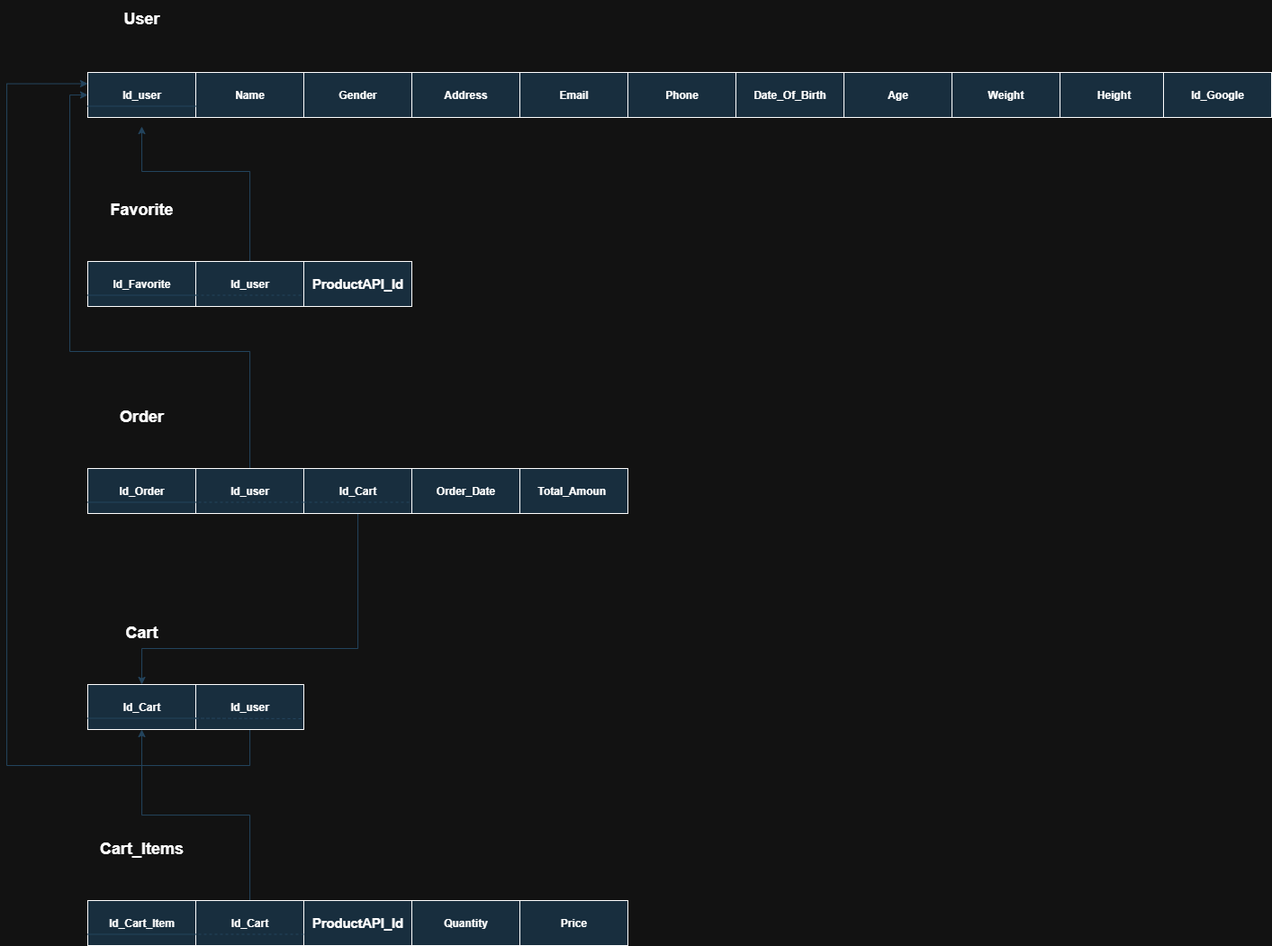
Earlier version of the draw.io export Web Site Project/ERD and Schema/Schema/Schema.drawio.png (Amir-Adel-1/Graduation-Project). Source tidied: cells renumbered, new cells last; positions are measured from the earlier drawing's top-left corner, leaving out a move shared by most shapes. Source of this version:
```xml
<mxGraphModel>
  <root>
    <mxCell id="0" />
    <mxCell id="1" parent="0" />
    <mxCell id="2" value="&lt;b&gt;Id_user&lt;/b&gt;" style="rounded=0;whiteSpace=wrap;html=1;labelBackgroundColor=none;fillColor=#182E3E;strokeColor=#FFFFFF;fontColor=#FFFFFF;" parent="1" vertex="1">
      <mxGeometry x="90" y="80" width="120" height="50" as="geometry" />
    </mxCell>
    <mxCell id="3" value="&lt;b&gt;Weight&lt;/b&gt;" style="rounded=0;whiteSpace=wrap;html=1;labelBackgroundColor=none;fillColor=#182E3E;strokeColor=#FFFFFF;fontColor=#FFFFFF;" parent="1" vertex="1">
      <mxGeometry x="1050" y="80" width="120" height="50" as="geometry" />
    </mxCell>
    <mxCell id="4" value="&lt;b&gt;Phone&lt;/b&gt;" style="rounded=0;whiteSpace=wrap;html=1;labelBackgroundColor=none;fillColor=#182E3E;strokeColor=#FFFFFF;fontColor=#FFFFFF;" parent="1" vertex="1">
      <mxGeometry x="690" y="80" width="120" height="50" as="geometry" />
    </mxCell>
    <mxCell id="5" value="&lt;b&gt;Email&lt;/b&gt;" style="rounded=0;whiteSpace=wrap;html=1;labelBackgroundColor=none;fillColor=#182E3E;strokeColor=#FFFFFF;fontColor=#FFFFFF;" parent="1" vertex="1">
      <mxGeometry x="570" y="80" width="120" height="50" as="geometry" />
    </mxCell>
    <mxCell id="6" value="&lt;b&gt;Address&lt;/b&gt;" style="rounded=0;whiteSpace=wrap;html=1;labelBackgroundColor=none;fillColor=#182E3E;strokeColor=#FFFFFF;fontColor=#FFFFFF;" parent="1" vertex="1">
      <mxGeometry x="450" y="80" width="120" height="50" as="geometry" />
    </mxCell>
    <mxCell id="7" value="&lt;b&gt;Age&lt;/b&gt;" style="rounded=0;whiteSpace=wrap;html=1;labelBackgroundColor=none;fillColor=#182E3E;strokeColor=#FFFFFF;fontColor=#FFFFFF;" parent="1" vertex="1">
      <mxGeometry x="930" y="80" width="120" height="50" as="geometry" />
    </mxCell>
    <mxCell id="8" value="&lt;div&gt;&lt;b&gt;Date_Of_Birth&lt;/b&gt;&lt;/div&gt;" style="rounded=0;whiteSpace=wrap;html=1;labelBackgroundColor=none;fillColor=#182E3E;strokeColor=#FFFFFF;fontColor=#FFFFFF;" parent="1" vertex="1">
      <mxGeometry x="810" y="80" width="120" height="50" as="geometry" />
    </mxCell>
    <mxCell id="9" value="&lt;b&gt;Gender&lt;/b&gt;" style="rounded=0;whiteSpace=wrap;html=1;labelBackgroundColor=none;fillColor=#182E3E;strokeColor=#FFFFFF;fontColor=#FFFFFF;" parent="1" vertex="1">
      <mxGeometry x="330" y="80" width="120" height="50" as="geometry" />
    </mxCell>
    <mxCell id="10" value="&lt;b&gt;Name&lt;/b&gt;" style="rounded=0;whiteSpace=wrap;html=1;labelBackgroundColor=none;fillColor=#182E3E;strokeColor=#FFFFFF;fontColor=#FFFFFF;" parent="1" vertex="1">
      <mxGeometry x="210" y="80" width="120" height="50" as="geometry" />
    </mxCell>
    <mxCell id="11" value="&lt;b&gt;&lt;font style=&quot;font-size: 18px;&quot;&gt;User&lt;/font&gt;&lt;/b&gt;" style="text;html=1;align=center;verticalAlign=middle;whiteSpace=wrap;rounded=0;labelBackgroundColor=none;fontColor=#FFFFFF;" parent="1" vertex="1">
      <mxGeometry x="90" width="120" height="40" as="geometry" />
    </mxCell>
    <mxCell id="12" value="&lt;b&gt;Height&lt;/b&gt;" style="rounded=0;whiteSpace=wrap;html=1;labelBackgroundColor=none;fillColor=#182E3E;strokeColor=#FFFFFF;fontColor=#FFFFFF;" parent="1" vertex="1">
      <mxGeometry x="1170" y="80" width="120" height="50" as="geometry" />
    </mxCell>
    <mxCell id="13" style="endArrow=none;html=1;rounded=0;entryX=0;entryY=0.75;entryDx=0;entryDy=0;exitX=0;exitY=0.75;exitDx=0;exitDy=0;labelBackgroundColor=none;strokeColor=#23445D;fontColor=default;" parent="1" edge="1" source="2" target="10">
      <mxGeometry relative="1" as="geometry" />
    </mxCell>
    <mxCell id="14" value="&lt;b&gt;Id_Google&lt;/b&gt;" style="rounded=0;whiteSpace=wrap;html=1;labelBackgroundColor=none;fillColor=#182E3E;strokeColor=#FFFFFF;fontColor=#FFFFFF;" parent="1" vertex="1">
      <mxGeometry x="1285" y="80" width="120" height="50" as="geometry" />
    </mxCell>
    <mxCell id="15" value="&lt;b&gt;Id_Favorite&lt;/b&gt;" style="rounded=0;whiteSpace=wrap;html=1;labelBackgroundColor=none;fillColor=#182E3E;strokeColor=#FFFFFF;fontColor=#FFFFFF;" parent="1" vertex="1">
      <mxGeometry x="90" y="290" width="120" height="50" as="geometry" />
    </mxCell>
    <mxCell id="16" value="&lt;span style=&quot;font-size:11.0pt;line-height:115%;&lt;br/&gt;font-family:&amp;quot;Cambria&amp;quot;,serif;mso-ascii-theme-font:minor-latin;mso-fareast-font-family:&lt;br/&gt;&amp;quot;MS Mincho&amp;quot;;mso-fareast-theme-font:minor-fareast;mso-hansi-theme-font:minor-latin;&lt;br/&gt;mso-bidi-font-family:Arial;mso-bidi-theme-font:minor-bidi;mso-ansi-language:&lt;br/&gt;EN-US;mso-fareast-language:EN-US;mso-bidi-language:AR-SA&quot;&gt;&lt;b&gt;ProductAPI_Id&lt;/b&gt;&lt;/span&gt;" style="rounded=0;whiteSpace=wrap;html=1;labelBackgroundColor=none;fillColor=#182E3E;strokeColor=#FFFFFF;fontColor=#FFFFFF;" parent="1" vertex="1">
      <mxGeometry x="330" y="290" width="120" height="50" as="geometry" />
    </mxCell>
    <mxCell id="17" style="edgeStyle=orthogonalEdgeStyle;rounded=0;jettySize=auto;html=1;labelBackgroundColor=none;strokeColor=#23445D;fontColor=default;" parent="1" edge="1" source="18">
      <mxGeometry relative="1" as="geometry">
        <mxPoint x="150" y="140" as="targetPoint" />
        <Array as="points">
          <mxPoint x="270" y="190" />
          <mxPoint x="150" y="190" />
        </Array>
      </mxGeometry>
    </mxCell>
    <mxCell id="18" value="&lt;b&gt;Id_user&lt;/b&gt;" style="rounded=0;whiteSpace=wrap;html=1;labelBackgroundColor=none;fillColor=#182E3E;strokeColor=#FFFFFF;fontColor=#FFFFFF;" parent="1" vertex="1">
      <mxGeometry x="210" y="290" width="120" height="50" as="geometry" />
    </mxCell>
    <mxCell id="19" value="&lt;h1&gt;&lt;font style=&quot;font-size: 18px;&quot;&gt;Favorite&lt;/font&gt;&lt;/h1&gt;" style="text;html=1;align=center;verticalAlign=middle;whiteSpace=wrap;rounded=0;labelBackgroundColor=none;fontColor=#FFFFFF;" parent="1" vertex="1">
      <mxGeometry x="90" y="210" width="120" height="40" as="geometry" />
    </mxCell>
    <mxCell id="20" style="endArrow=none;html=1;rounded=0;entryX=0;entryY=0.75;entryDx=0;entryDy=0;exitX=0;exitY=0.75;exitDx=0;exitDy=0;labelBackgroundColor=none;strokeColor=#23445D;fontColor=default;" parent="1" edge="1" source="15" target="18">
      <mxGeometry relative="1" as="geometry" />
    </mxCell>
    <mxCell id="21" value="&lt;b&gt;Id_Order&lt;/b&gt;" style="rounded=0;whiteSpace=wrap;html=1;labelBackgroundColor=none;fillColor=#182E3E;strokeColor=#FFFFFF;fontColor=#FFFFFF;" parent="1" vertex="1">
      <mxGeometry x="90" y="520" width="120" height="50" as="geometry" />
    </mxCell>
    <mxCell id="22" value="&lt;b&gt;Total_Amoun&lt;span style=&quot;white-space: pre;&quot;&gt;&#9;&lt;/span&gt;&lt;/b&gt;" style="rounded=0;whiteSpace=wrap;html=1;labelBackgroundColor=none;fillColor=#182E3E;strokeColor=#FFFFFF;fontColor=#FFFFFF;" parent="1" vertex="1">
      <mxGeometry x="570" y="520" width="120" height="50" as="geometry" />
    </mxCell>
    <mxCell id="23" value="&lt;b&gt;Order_Date&lt;/b&gt;" style="rounded=0;whiteSpace=wrap;html=1;labelBackgroundColor=none;fillColor=#182E3E;strokeColor=#FFFFFF;fontColor=#FFFFFF;" parent="1" vertex="1">
      <mxGeometry x="450" y="520" width="120" height="50" as="geometry" />
    </mxCell>
    <mxCell id="24" style="edgeStyle=orthogonalEdgeStyle;rounded=0;jettySize=auto;html=1;entryX=0.5;entryY=0;entryDx=0;entryDy=0;labelBackgroundColor=none;strokeColor=#23445D;fontColor=default;" parent="1" edge="1" source="25" target="33">
      <mxGeometry relative="1" as="geometry">
        <Array as="points">
          <mxPoint x="390" y="720" />
          <mxPoint x="150" y="720" />
        </Array>
      </mxGeometry>
    </mxCell>
    <mxCell id="25" value="&lt;b&gt;Id_Cart&lt;/b&gt;" style="rounded=0;whiteSpace=wrap;html=1;labelBackgroundColor=none;fillColor=#182E3E;strokeColor=#FFFFFF;fontColor=#FFFFFF;" parent="1" vertex="1">
      <mxGeometry x="330" y="520" width="120" height="50" as="geometry" />
    </mxCell>
    <mxCell id="26" style="edgeStyle=orthogonalEdgeStyle;rounded=0;jettySize=auto;html=1;entryX=0;entryY=0.5;entryDx=0;entryDy=0;labelBackgroundColor=none;strokeColor=#23445D;fontColor=default;" parent="1" edge="1" source="27" target="2">
      <mxGeometry relative="1" as="geometry">
        <Array as="points">
          <mxPoint x="270" y="390" />
          <mxPoint x="70" y="390" />
          <mxPoint x="70" y="105" />
        </Array>
      </mxGeometry>
    </mxCell>
    <mxCell id="27" value="&lt;b&gt;Id_user&lt;/b&gt;" style="rounded=0;whiteSpace=wrap;html=1;labelBackgroundColor=none;fillColor=#182E3E;strokeColor=#FFFFFF;fontColor=#FFFFFF;" parent="1" vertex="1">
      <mxGeometry x="210" y="520" width="120" height="50" as="geometry" />
    </mxCell>
    <mxCell id="28" value="&lt;h1&gt;&lt;font style=&quot;font-size: 18px;&quot;&gt;Order&lt;/font&gt;&lt;/h1&gt;" style="text;html=1;align=center;verticalAlign=middle;whiteSpace=wrap;rounded=0;labelBackgroundColor=none;fontColor=#FFFFFF;" parent="1" vertex="1">
      <mxGeometry x="90" y="440" width="120" height="40" as="geometry" />
    </mxCell>
    <mxCell id="29" style="endArrow=none;html=1;rounded=0;entryX=0;entryY=0.75;entryDx=0;entryDy=0;exitX=0;exitY=0.75;exitDx=0;exitDy=0;labelBackgroundColor=none;strokeColor=#23445D;fontColor=default;" parent="1" edge="1" source="21" target="27">
      <mxGeometry relative="1" as="geometry" />
    </mxCell>
    <mxCell id="30" style="endArrow=none;dashed=1;html=1;rounded=0;entryX=0;entryY=0.75;entryDx=0;entryDy=0;exitX=0;exitY=0.75;exitDx=0;exitDy=0;labelBackgroundColor=none;strokeColor=#23445D;fontColor=default;" parent="1" edge="1" source="18" target="16">
      <mxGeometry relative="1" as="geometry" />
    </mxCell>
    <mxCell id="31" style="endArrow=none;dashed=1;html=1;rounded=0;exitX=0;exitY=0.75;exitDx=0;exitDy=0;entryX=1;entryY=0.75;entryDx=0;entryDy=0;labelBackgroundColor=none;strokeColor=#23445D;fontColor=default;" parent="1" edge="1" source="25" target="21">
      <mxGeometry relative="1" as="geometry" />
    </mxCell>
    <mxCell id="32" style="endArrow=none;dashed=1;html=1;rounded=0;entryX=1;entryY=0.75;entryDx=0;entryDy=0;exitX=0;exitY=0.75;exitDx=0;exitDy=0;labelBackgroundColor=none;strokeColor=#23445D;fontColor=default;" parent="1" edge="1" source="25" target="25">
      <mxGeometry relative="1" as="geometry" />
    </mxCell>
    <mxCell id="33" value="&lt;b&gt;Id_Cart&lt;/b&gt;" style="rounded=0;whiteSpace=wrap;html=1;labelBackgroundColor=none;fillColor=#182E3E;strokeColor=#FFFFFF;fontColor=#FFFFFF;" parent="1" vertex="1">
      <mxGeometry x="90" y="760" width="120" height="50" as="geometry" />
    </mxCell>
    <mxCell id="34" style="edgeStyle=orthogonalEdgeStyle;rounded=0;jettySize=auto;html=1;entryX=0;entryY=0.25;entryDx=0;entryDy=0;labelBackgroundColor=none;strokeColor=#23445D;fontColor=default;" parent="1" edge="1" source="35" target="2">
      <mxGeometry relative="1" as="geometry">
        <Array as="points">
          <mxPoint x="270" y="850" />
          <mxPoint y="850" />
          <mxPoint y="93" />
        </Array>
      </mxGeometry>
    </mxCell>
    <mxCell id="35" value="&lt;b&gt;Id_user&lt;/b&gt;" style="rounded=0;whiteSpace=wrap;html=1;labelBackgroundColor=none;fillColor=#182E3E;strokeColor=#FFFFFF;fontColor=#FFFFFF;" parent="1" vertex="1">
      <mxGeometry x="210" y="760" width="120" height="50" as="geometry" />
    </mxCell>
    <mxCell id="36" value="&lt;h1&gt;&lt;font style=&quot;font-size: 18px;&quot;&gt;Cart&lt;/font&gt;&lt;/h1&gt;" style="text;html=1;align=center;verticalAlign=middle;whiteSpace=wrap;rounded=0;labelBackgroundColor=none;fontColor=#FFFFFF;" parent="1" vertex="1">
      <mxGeometry x="90" y="680" width="120" height="40" as="geometry" />
    </mxCell>
    <mxCell id="37" style="endArrow=none;html=1;rounded=0;entryX=0;entryY=0.75;entryDx=0;entryDy=0;exitX=0;exitY=0.75;exitDx=0;exitDy=0;labelBackgroundColor=none;strokeColor=#23445D;fontColor=default;" parent="1" edge="1" source="33" target="35">
      <mxGeometry relative="1" as="geometry" />
    </mxCell>
    <mxCell id="38" style="endArrow=none;dashed=1;html=1;rounded=0;entryX=0;entryY=0.75;entryDx=0;entryDy=0;exitX=0;exitY=0.75;exitDx=0;exitDy=0;labelBackgroundColor=none;strokeColor=#23445D;fontColor=default;" parent="1" edge="1" source="35">
      <mxGeometry relative="1" as="geometry">
        <mxPoint x="330" y="798" as="targetPoint" />
      </mxGeometry>
    </mxCell>
    <mxCell id="39" value="&lt;b&gt;Id_Cart_Item&lt;/b&gt;" style="rounded=0;whiteSpace=wrap;html=1;labelBackgroundColor=none;fillColor=#182E3E;strokeColor=#FFFFFF;fontColor=#FFFFFF;" parent="1" vertex="1">
      <mxGeometry x="90" y="1000" width="120" height="50" as="geometry" />
    </mxCell>
    <mxCell id="40" value="&lt;b&gt;Price&lt;/b&gt;" style="rounded=0;whiteSpace=wrap;html=1;labelBackgroundColor=none;fillColor=#182E3E;strokeColor=#FFFFFF;fontColor=#FFFFFF;" parent="1" vertex="1">
      <mxGeometry x="570" y="1000" width="120" height="50" as="geometry" />
    </mxCell>
    <mxCell id="41" value="&lt;b&gt;Quantity&lt;/b&gt;" style="rounded=0;whiteSpace=wrap;html=1;labelBackgroundColor=none;fillColor=#182E3E;strokeColor=#FFFFFF;fontColor=#FFFFFF;" parent="1" vertex="1">
      <mxGeometry x="450" y="1000" width="120" height="50" as="geometry" />
    </mxCell>
    <mxCell id="42" value="&lt;b style=&quot;font-size: 14.6667px;&quot;&gt;ProductAPI_Id&lt;/b&gt;" style="rounded=0;whiteSpace=wrap;html=1;labelBackgroundColor=none;fillColor=#182E3E;strokeColor=#FFFFFF;fontColor=#FFFFFF;" parent="1" vertex="1">
      <mxGeometry x="330" y="1000" width="120" height="50" as="geometry" />
    </mxCell>
    <mxCell id="43" style="edgeStyle=orthogonalEdgeStyle;rounded=0;jettySize=auto;html=1;entryX=0.5;entryY=1;entryDx=0;entryDy=0;labelBackgroundColor=none;strokeColor=#23445D;fontColor=default;" parent="1" edge="1" source="44" target="33">
      <mxGeometry relative="1" as="geometry" />
    </mxCell>
    <mxCell id="44" value="&lt;b&gt;Id_Cart&lt;/b&gt;" style="rounded=0;whiteSpace=wrap;html=1;labelBackgroundColor=none;fillColor=#182E3E;strokeColor=#FFFFFF;fontColor=#FFFFFF;" parent="1" vertex="1">
      <mxGeometry x="210" y="1000" width="120" height="50" as="geometry" />
    </mxCell>
    <mxCell id="45" value="&lt;h1&gt;&lt;font style=&quot;font-size: 18px;&quot;&gt;Cart_Items&lt;/font&gt;&lt;/h1&gt;" style="text;html=1;align=center;verticalAlign=middle;whiteSpace=wrap;rounded=0;labelBackgroundColor=none;fontColor=#FFFFFF;" parent="1" vertex="1">
      <mxGeometry x="90" y="920" width="120" height="40" as="geometry" />
    </mxCell>
    <mxCell id="46" style="endArrow=none;html=1;rounded=0;entryX=0;entryY=0.75;entryDx=0;entryDy=0;exitX=0;exitY=0.75;exitDx=0;exitDy=0;labelBackgroundColor=none;strokeColor=#23445D;fontColor=default;" parent="1" edge="1" source="39" target="44">
      <mxGeometry relative="1" as="geometry" />
    </mxCell>
    <mxCell id="47" style="endArrow=none;dashed=1;html=1;rounded=0;exitX=0;exitY=0.75;exitDx=0;exitDy=0;entryX=1;entryY=0.75;entryDx=0;entryDy=0;labelBackgroundColor=none;strokeColor=#23445D;fontColor=default;" parent="1" edge="1" source="42" target="39">
      <mxGeometry relative="1" as="geometry" />
    </mxCell>
  </root>
</mxGraphModel>
```
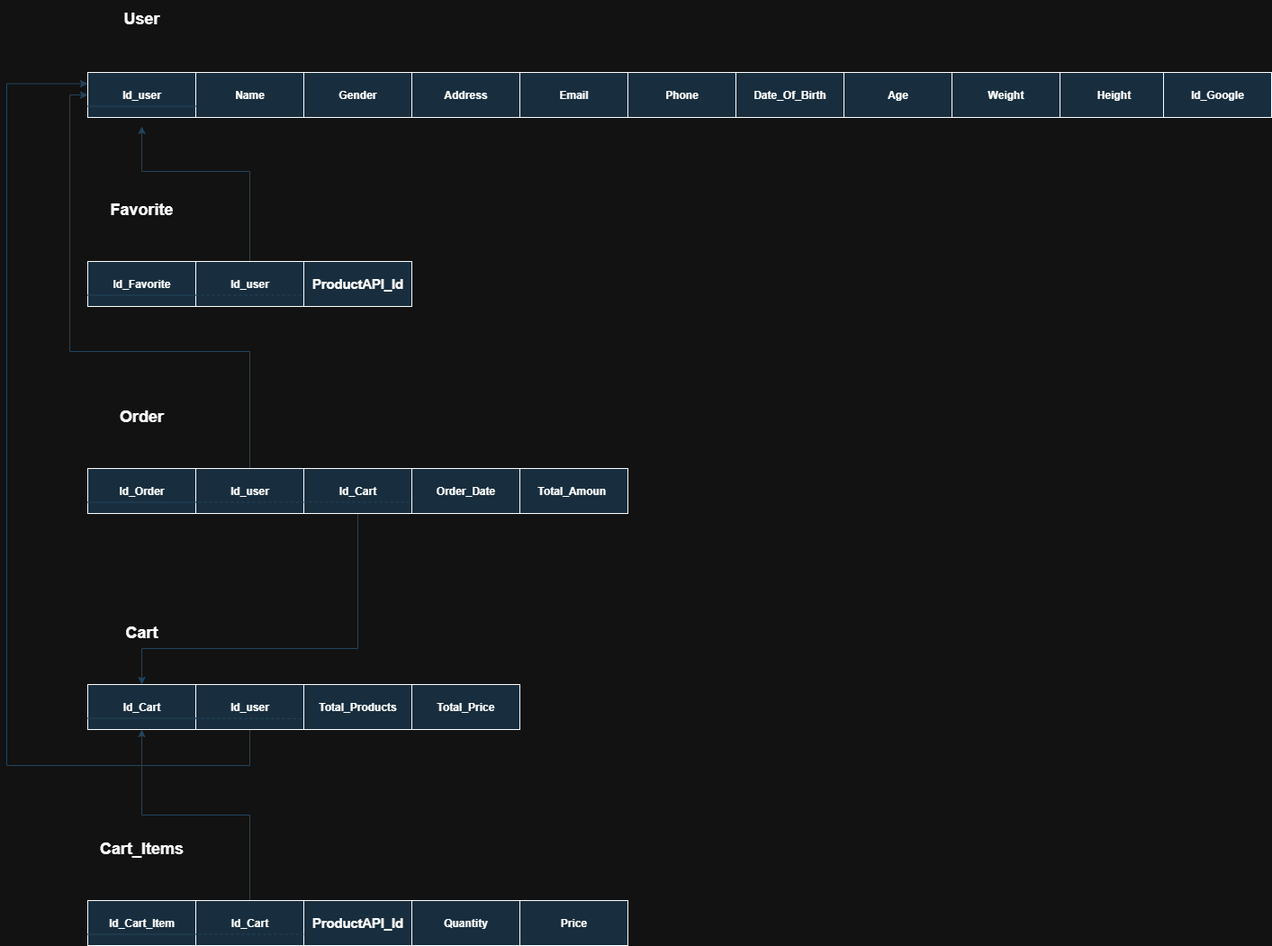
After the commit.

The edit, as a diff of the source:
```diff
@@ -165,5 +165,11 @@
     <mxCell id="47" style="endArrow=none;dashed=1;html=1;rounded=0;exitX=0;exitY=0.75;exitDx=0;exitDy=0;entryX=1;entryY=0.75;entryDx=0;entryDy=0;labelBackgroundColor=none;strokeColor=#23445D;fontColor=default;" parent="1" edge="1" source="42" target="39">
       <mxGeometry relative="1" as="geometry" />
     </mxCell>
+    <mxCell id="48" value="&lt;b&gt;Total_Price&lt;/b&gt;" style="rounded=0;whiteSpace=wrap;html=1;labelBackgroundColor=none;fillColor=#182E3E;strokeColor=#FFFFFF;fontColor=#FFFFFF;" parent="1" vertex="1">
+      <mxGeometry x="450" y="760" width="120" height="50" as="geometry" />
+    </mxCell>
+    <mxCell id="49" value="&lt;b&gt;Total_Products&lt;/b&gt;" style="rounded=0;whiteSpace=wrap;html=1;labelBackgroundColor=none;fillColor=#182E3E;strokeColor=#FFFFFF;fontColor=#FFFFFF;" parent="1" vertex="1">
+      <mxGeometry x="330" y="760" width="120" height="50" as="geometry" />
+    </mxCell>
   </root>
 </mxGraphModel>
```
